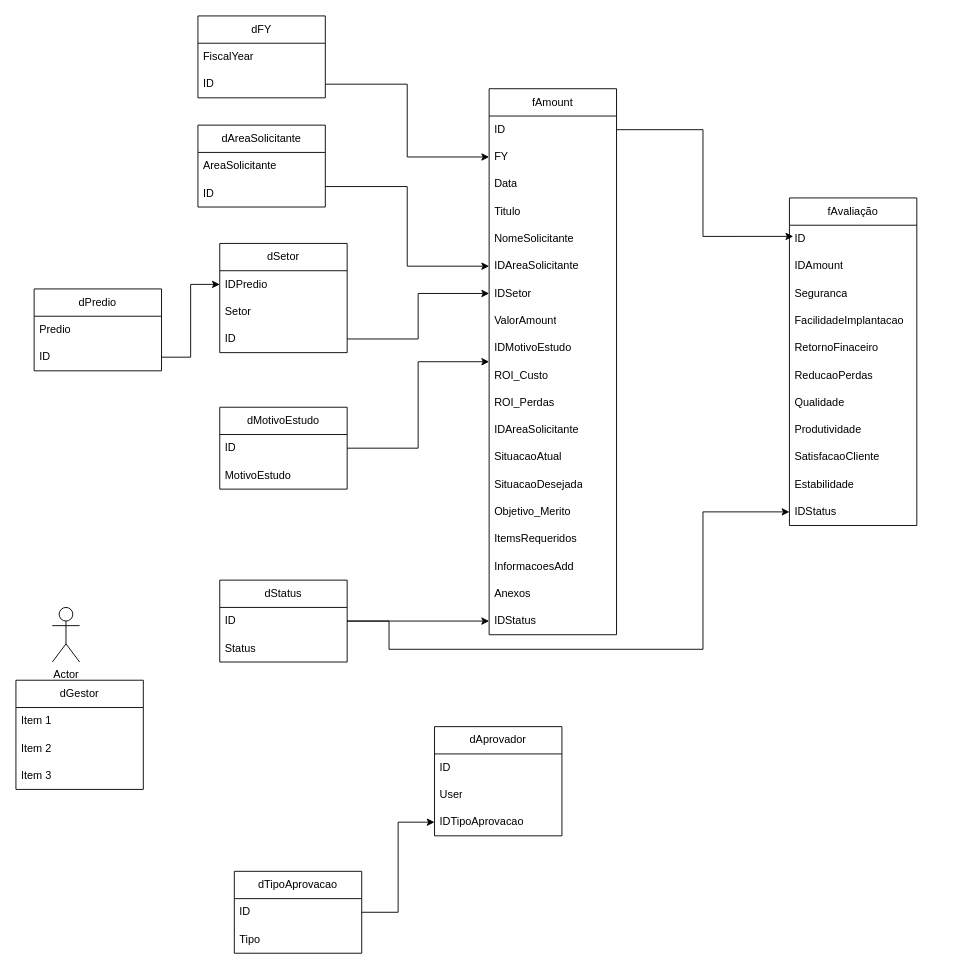
mota-samuel/dbSetRelasionships keeps this draw.io diagram as Diagrama sem nome.drawio. Above is the earlier version. Source tidied: cells renumbered, new cells numbered last; positions are measured from the earlier drawing's top-left corner, leaving out a move shared by most shapes. Both pictures are drawn from the tidied source at 91%, with x=0, y=0 at pixel (15, 15).
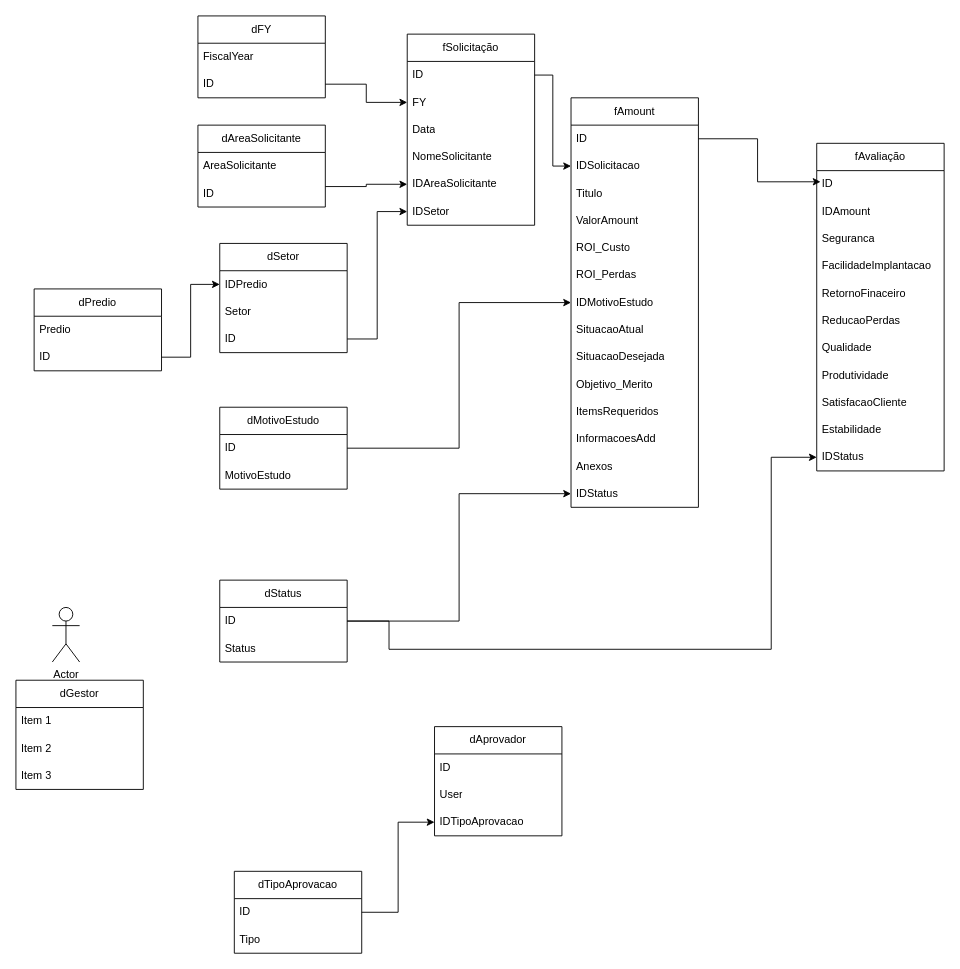
The same page after the edit.

Commit message:
revisao parcial

The change refers to these unchanged cells:
```xml
<mxCell id="44" value="dStatus" style="swimlane;fontStyle=0;horizontal=1;startSize=30;whiteSpace=wrap;html=1;" parent="1" vertex="1">
  <mxGeometry x="224" y="620" width="140" height="90" as="geometry" />
</mxCell>
<mxCell id="59" value="IDStatus" style="text;strokeColor=none;fillColor=none;align=left;verticalAlign=middle;spacingLeft=4;spacingRight=4;overflow=hidden;points=[[0,0.5],[1,0.5]];portConstraint=eastwest;whiteSpace=wrap;html=1;" parent="48" vertex="1">
  <mxGeometry y="330" width="140" height="30" as="geometry" />
</mxCell>
```

Diff of the diagram source:
```diff
@@
     <mxCell id="21" value="fAmount" style="swimlane;fontStyle=0;horizontal=1;startSize=30;whiteSpace=wrap;html=1;" parent="1" vertex="1">
-      <mxGeometry x="520" y="80" width="140" height="600" as="geometry" />
+      <mxGeometry x="610" y="90" width="140" height="450" as="geometry" />
     </mxCell>
@@
-    <mxCell id="23" value="FY" style="text;strokeColor=none;fillColor=none;align=left;verticalAlign=middle;spacingLeft=4;spacingRight=4;overflow=hidden;points=[[0,0.5],[1,0.5]];portConstraint=eastwest;whiteSpace=wrap;html=1;" parent="21" vertex="1">
-      <mxGeometry y="60" width="140" height="30" as="geometry" />
-    </mxCell>
-    <mxCell id="24" value="Data" style="text;strokeColor=none;fillColor=none;align=left;verticalAlign=middle;spacingLeft=4;spacingRight=4;overflow=hidden;whiteSpace=wrap;html=1;" parent="21" vertex="1">
-      <mxGeometry y="90" width="140" height="30" as="geometry" />
-    </mxCell>
+    <mxCell id="74" value="IDSolicitacao" style="text;strokeColor=none;fillColor=none;align=left;verticalAlign=middle;spacingLeft=4;spacingRight=4;overflow=hidden;points=[[0,0.5],[1,0.5]];portConstraint=eastwest;whiteSpace=wrap;html=1;" parent="21" vertex="1">
+      <mxGeometry y="60" width="140" height="30" as="geometry" />
+    </mxCell>
     <mxCell id="25" value="Titulo" style="text;strokeColor=none;fillColor=none;align=left;verticalAlign=middle;spacingLeft=4;spacingRight=4;overflow=hidden;whiteSpace=wrap;html=1;" parent="21" vertex="1">
-      <mxGeometry y="120" width="140" height="30" as="geometry" />
+      <mxGeometry y="90" width="140" height="30" as="geometry" />
     </mxCell>
-    <mxCell id="26" value="NomeSolicitante" style="text;strokeColor=none;fillColor=none;align=left;verticalAlign=middle;spacingLeft=4;spacingRight=4;overflow=hidden;whiteSpace=wrap;html=1;" parent="21" vertex="1">
-      <mxGeometry y="150" width="140" height="30" as="geometry" />
-    </mxCell>
-    <mxCell id="27" value="IDAreaSolicitante" style="text;strokeColor=none;fillColor=none;align=left;verticalAlign=middle;spacingLeft=4;spacingRight=4;overflow=hidden;points=[[0,0.5],[1,0.5]];portConstraint=eastwest;whiteSpace=wrap;html=1;" parent="21" vertex="1">
-      <mxGeometry y="180" width="140" height="30" as="geometry" />
-    </mxCell>
-    <mxCell id="28" value="IDSetor" style="text;strokeColor=none;fillColor=none;align=left;verticalAlign=middle;spacingLeft=4;spacingRight=4;overflow=hidden;points=[[0,0.5],[1,0.5]];portConstraint=eastwest;whiteSpace=wrap;html=1;" parent="21" vertex="1">
-      <mxGeometry y="210" width="140" height="30" as="geometry" />
-    </mxCell>
     <mxCell id="29" value="ValorAmount" style="text;strokeColor=none;fillColor=none;align=left;verticalAlign=middle;spacingLeft=4;spacingRight=4;overflow=hidden;whiteSpace=wrap;html=1;" parent="21" vertex="1">
-      <mxGeometry y="240" width="140" height="30" as="geometry" />
+      <mxGeometry y="120" width="140" height="30" as="geometry" />
     </mxCell>
-    <mxCell id="30" value="IDMotivoEstudo" style="text;strokeColor=none;fillColor=none;align=left;verticalAlign=middle;spacingLeft=4;spacingRight=4;overflow=hidden;whiteSpace=wrap;html=1;" parent="21" vertex="1">
-      <mxGeometry y="270" width="140" height="30" as="geometry" />
-    </mxCell>
     <mxCell id="31" value="ROI_Custo" style="text;strokeColor=none;fillColor=none;align=left;verticalAlign=middle;spacingLeft=4;spacingRight=4;overflow=hidden;whiteSpace=wrap;html=1;" parent="21" vertex="1">
-      <mxGeometry y="300" width="140" height="30" as="geometry" />
+      <mxGeometry y="150" width="140" height="30" as="geometry" />
     </mxCell>
     <mxCell id="32" value="ROI_Perdas" style="text;strokeColor=none;fillColor=none;align=left;verticalAlign=middle;spacingLeft=4;spacingRight=4;overflow=hidden;whiteSpace=wrap;html=1;" parent="21" vertex="1">
-      <mxGeometry y="330" width="140" height="30" as="geometry" />
+      <mxGeometry y="180" width="140" height="30" as="geometry" />
     </mxCell>
-    <mxCell id="33" value="IDAreaSolicitante" style="text;strokeColor=none;fillColor=none;align=left;verticalAlign=middle;spacingLeft=4;spacingRight=4;overflow=hidden;whiteSpace=wrap;html=1;" parent="21" vertex="1">
-      <mxGeometry y="360" width="140" height="30" as="geometry" />
-    </mxCell>
+    <mxCell id="30" value="IDMotivoEstudo" style="text;strokeColor=none;fillColor=none;align=left;verticalAlign=middle;spacingLeft=4;spacingRight=4;overflow=hidden;whiteSpace=wrap;html=1;" parent="21" vertex="1">
+      <mxGeometry y="210" width="140" height="30" as="geometry" />
+    </mxCell>
     <mxCell id="34" value="SituacaoAtual" style="text;strokeColor=none;fillColor=none;align=left;verticalAlign=middle;spacingLeft=4;spacingRight=4;overflow=hidden;whiteSpace=wrap;html=1;" parent="21" vertex="1">
-      <mxGeometry y="390" width="140" height="30" as="geometry" />
+      <mxGeometry y="240" width="140" height="30" as="geometry" />
     </mxCell>
     <mxCell id="35" value="SituacaoDesejada" style="text;strokeColor=none;fillColor=none;align=left;verticalAlign=middle;spacingLeft=4;spacingRight=4;overflow=hidden;whiteSpace=wrap;html=1;" parent="21" vertex="1">
-      <mxGeometry y="420" width="140" height="30" as="geometry" />
+      <mxGeometry y="270" width="140" height="30" as="geometry" />
     </mxCell>
     <mxCell id="36" value="Objetivo_Merito" style="text;strokeColor=none;fillColor=none;align=left;verticalAlign=middle;spacingLeft=4;spacingRight=4;overflow=hidden;whiteSpace=wrap;html=1;" parent="21" vertex="1">
-      <mxGeometry y="450" width="140" height="30" as="geometry" />
+      <mxGeometry y="300" width="140" height="30" as="geometry" />
     </mxCell>
     <mxCell id="37" value="ItemsRequeridos" style="text;strokeColor=none;fillColor=none;align=left;verticalAlign=middle;spacingLeft=4;spacingRight=4;overflow=hidden;whiteSpace=wrap;html=1;" parent="21" vertex="1">
-      <mxGeometry y="480" width="140" height="30" as="geometry" />
+      <mxGeometry y="330" width="140" height="30" as="geometry" />
     </mxCell>
     <mxCell id="38" value="InformacoesAdd" style="text;strokeColor=none;fillColor=none;align=left;verticalAlign=middle;spacingLeft=4;spacingRight=4;overflow=hidden;whiteSpace=wrap;html=1;" parent="21" vertex="1">
-      <mxGeometry y="510" width="140" height="30" as="geometry" />
+      <mxGeometry y="360" width="140" height="30" as="geometry" />
     </mxCell>
     <mxCell id="39" value="Anexos" style="text;strokeColor=none;fillColor=none;align=left;verticalAlign=middle;spacingLeft=4;spacingRight=4;overflow=hidden;whiteSpace=wrap;html=1;" parent="21" vertex="1">
-      <mxGeometry y="540" width="140" height="30" as="geometry" />
+      <mxGeometry y="390" width="140" height="30" as="geometry" />
     </mxCell>
     <mxCell id="40" value="IDStatus" style="text;strokeColor=none;fillColor=none;align=left;verticalAlign=middle;spacingLeft=4;spacingRight=4;overflow=hidden;points=[[0,0.5],[1,0.5]];portConstraint=eastwest;whiteSpace=wrap;html=1;" parent="21" vertex="1">
-      <mxGeometry y="570" width="140" height="30" as="geometry" />
+      <mxGeometry y="420" width="140" height="30" as="geometry" />
     </mxCell>
@@
     <mxCell id="43" style="edgeStyle=orthogonalEdgeStyle;rounded=0;jettySize=auto;html=1;exitX=1;exitY=0.5;exitDx=0;exitDy=0;entryX=0;entryY=0.5;entryDx=0;entryDy=0;defaultLabelBackgroundColor=gap;" parent="1" edge="1" source="44" target="59">
       <mxGeometry relative="1" as="geometry">
         <Array as="points">
           <mxPoint x="410" y="665" />
           <mxPoint x="410" y="696" />
-          <mxPoint x="755" y="696" />
-          <mxPoint x="755" y="545" />
+          <mxPoint x="830" y="696" />
+          <mxPoint x="830" y="485" />
         </Array>
       </mxGeometry>
     </mxCell>
@@
     <mxCell id="48" value="fAvaliação" style="swimlane;fontStyle=0;horizontal=1;startSize=30;whiteSpace=wrap;html=1;" parent="1" vertex="1">
-      <mxGeometry x="850" y="200" width="140" height="360" as="geometry" />
+      <mxGeometry x="880" y="140" width="140" height="360" as="geometry" />
     </mxCell>
@@
+    <mxCell id="75" value="fSolicitação" style="swimlane;fontStyle=0;horizontal=1;startSize=30;whiteSpace=wrap;html=1;" parent="1" vertex="1">
+      <mxGeometry x="430" y="20" width="140" height="210" as="geometry" />
+    </mxCell>
+    <mxCell id="76" value="ID" style="text;strokeColor=none;fillColor=none;align=left;verticalAlign=middle;spacingLeft=4;spacingRight=4;overflow=hidden;points=[[0,0.5],[1,0.5]];portConstraint=eastwest;whiteSpace=wrap;html=1;" parent="75" vertex="1">
+      <mxGeometry y="30" width="140" height="30" as="geometry" />
+    </mxCell>
+    <mxCell id="23" value="FY" style="text;strokeColor=none;fillColor=none;align=left;verticalAlign=middle;spacingLeft=4;spacingRight=4;overflow=hidden;points=[[0,0.5],[1,0.5]];portConstraint=eastwest;whiteSpace=wrap;html=1;" parent="75" vertex="1">
+      <mxGeometry y="60" width="140" height="30" as="geometry" />
+    </mxCell>
+    <mxCell id="24" value="Data" style="text;strokeColor=none;fillColor=none;align=left;verticalAlign=middle;spacingLeft=4;spacingRight=4;overflow=hidden;whiteSpace=wrap;html=1;" parent="75" vertex="1">
+      <mxGeometry y="90" width="140" height="30" as="geometry" />
+    </mxCell>
+    <mxCell id="26" value="NomeSolicitante" style="text;strokeColor=none;fillColor=none;align=left;verticalAlign=middle;spacingLeft=4;spacingRight=4;overflow=hidden;whiteSpace=wrap;html=1;" parent="75" vertex="1">
+      <mxGeometry y="120" width="140" height="30" as="geometry" />
+    </mxCell>
+    <mxCell id="27" value="IDAreaSolicitante" style="text;strokeColor=none;fillColor=none;align=left;verticalAlign=middle;spacingLeft=4;spacingRight=4;overflow=hidden;points=[[0,0.5],[1,0.5]];portConstraint=eastwest;whiteSpace=wrap;html=1;" parent="75" vertex="1">
+      <mxGeometry y="150" width="140" height="30" as="geometry" />
+    </mxCell>
+    <mxCell id="28" value="IDSetor" style="text;strokeColor=none;fillColor=none;align=left;verticalAlign=middle;spacingLeft=4;spacingRight=4;overflow=hidden;points=[[0,0.5],[1,0.5]];portConstraint=eastwest;whiteSpace=wrap;html=1;" parent="75" vertex="1">
+      <mxGeometry y="180" width="140" height="30" as="geometry" />
+    </mxCell>
+    <mxCell id="77" style="edgeStyle=orthogonalEdgeStyle;rounded=0;jettySize=auto;html=1;exitX=1;exitY=0.5;exitDx=0;exitDy=0;entryX=0;entryY=0.5;entryDx=0;entryDy=0;defaultLabelBackgroundColor=gap;" parent="1" edge="1" source="76" target="74">
+      <mxGeometry relative="1" as="geometry" />
+    </mxCell>
```
